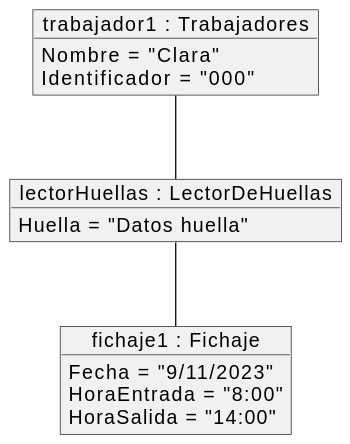
mmasias/23-24-IdSw1-SDR keeps this PlantUML diagram as imagenes/modeloDelDominio/diagramaDeObjetos/diagramaDeObjetos001.svg. Above is the earlier version. Its diagram source:
```plantuml
@startuml
object "trabajador1 : Trabajadores" as trabajador1 {
    Nombre = "Clara"
    Identificador = "000"
}

object "lectorHuellas : LectorDeHuellas" as lectorHuellas {
    Huella = "Datos huella"
}

object "fichaje1 : Fichaje" as fichaje1 {
    Fecha = "9/11/2023"
    HoraEntrada = "8:00"
    HoraSalida = "14:00"
}

trabajador1 -- lectorHuellas
lectorHuellas -- fichaje1
@enduml
```
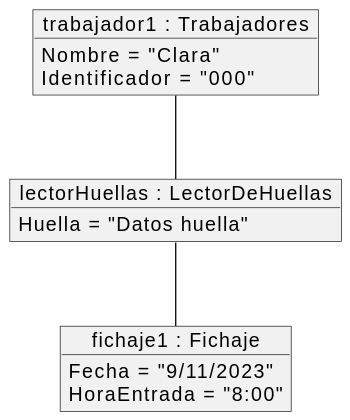
After the change.

What changed in the source:
```diff
@@ -11,7 +11,6 @@
 object "fichaje1 : Fichaje" as fichaje1 {
     Fecha = "9/11/2023"
     HoraEntrada = "8:00"
-    HoraSalida = "14:00"
 }
 
 trabajador1 -- lectorHuellas
```
